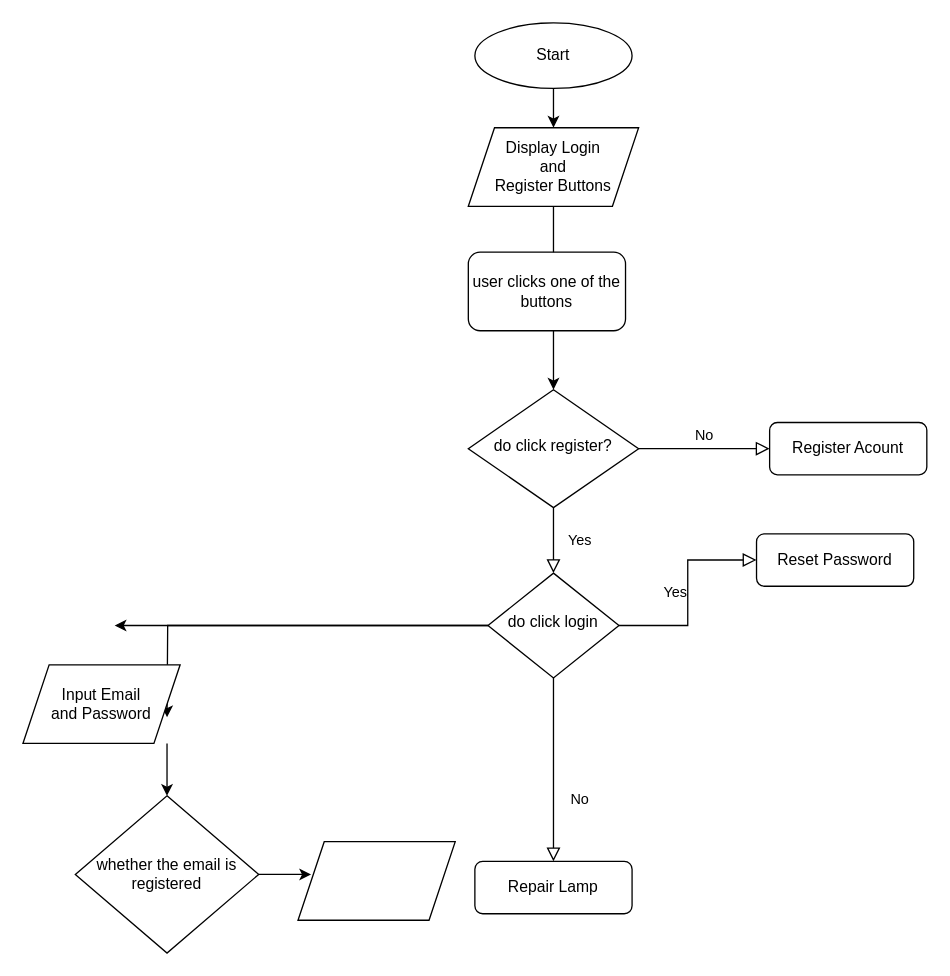
Earlier version of the draw.io diagram Diagram Tanpa Judul.drawio (naufalzahranf/pkl13-qtasnim). Source tidied: cells renumbered, new cells numbered last; positions are measured from the earlier drawing's top-left corner, leaving out a move shared by most shapes. Both pictures are drawn from the tidied source at 131%, with x=0, y=0 at pixel (22, 22).
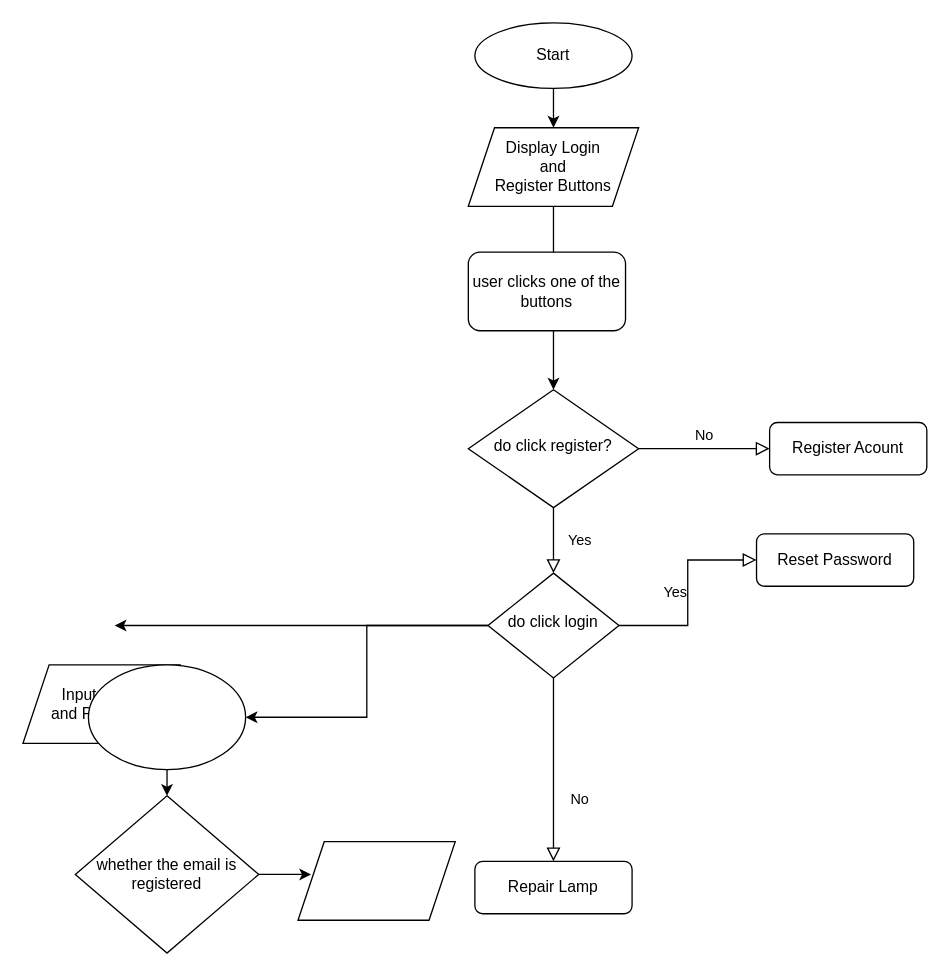
The same page after the edit.

Unchanged cells that the change refers to:
```xml
<mxCell id="10" value="do click login" style="rhombus;whiteSpace=wrap;html=1;shadow=0;fontFamily=Helvetica;fontSize=12;align=center;strokeWidth=1;spacing=6;spacingTop=-4;" parent="1" vertex="1">
  <mxGeometry x="355" y="420" width="100" height="80" as="geometry" />
</mxCell>
```

Diff of the diagram source:
```diff
@@
-    <mxCell id="8" style="edgeStyle=orthogonalEdgeStyle;rounded=0;jettySize=auto;html=1;exitX=0;exitY=0.5;exitDx=0;exitDy=0;" parent="1" edge="1" source="10">
-      <mxGeometry relative="1" as="geometry">
-        <mxPoint x="110" y="530" as="targetPoint" />
-      </mxGeometry>
+    <mxCell id="8" style="edgeStyle=orthogonalEdgeStyle;rounded=0;jettySize=auto;html=1;exitX=0;exitY=0.5;exitDx=0;exitDy=0;" parent="1" edge="1" source="10" target="23">
+      <mxGeometry relative="1" as="geometry" />
     </mxCell>
@@
+    <mxCell id="23" style="ellipse;whiteSpace=wrap;html=1;" parent="1" vertex="1">
+      <mxGeometry x="50" y="490" width="120" height="80" as="geometry" />
+    </mxCell>
```
